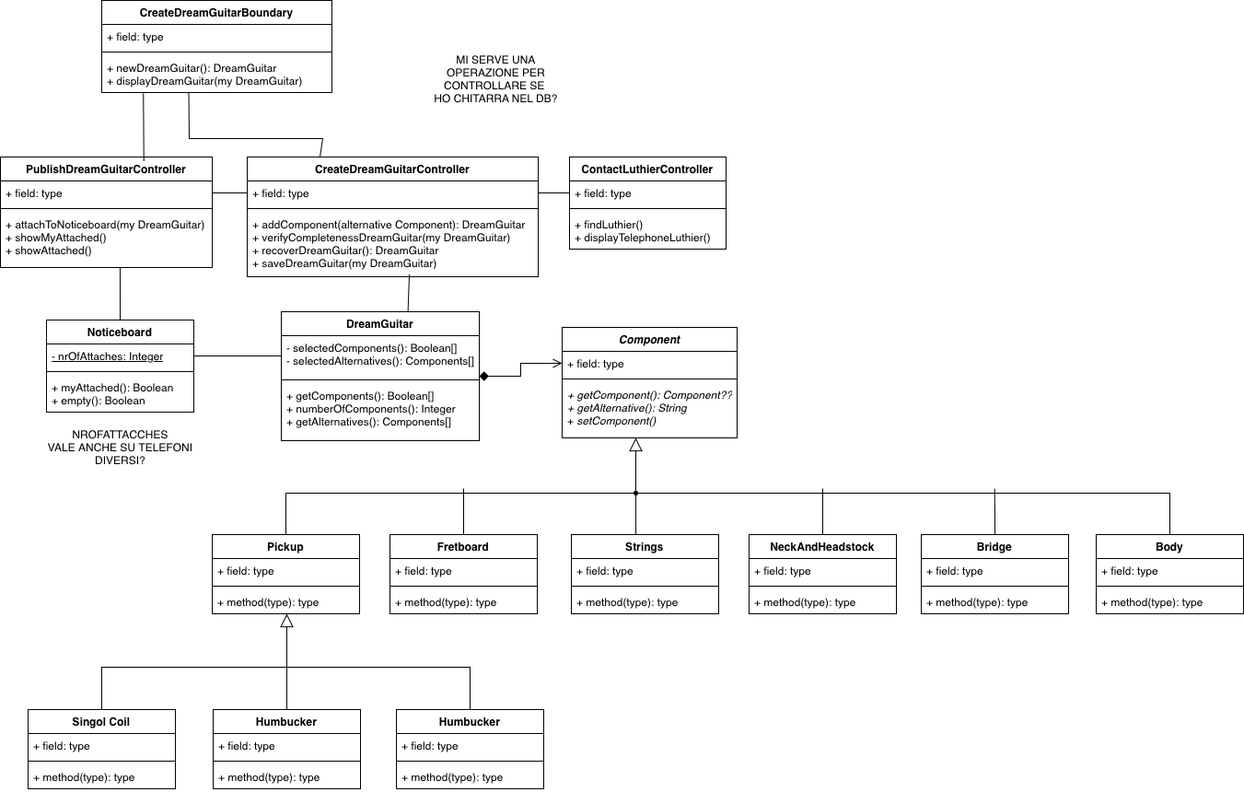
The draw.io diagram diagrams/BCET.drawio.png in TizianoLilli/ISPW-Project, before a commit. Source tidied: cells renumbered, new cells last; positions are measured from the earlier drawing's top-left corner, leaving out a move shared by most shapes.
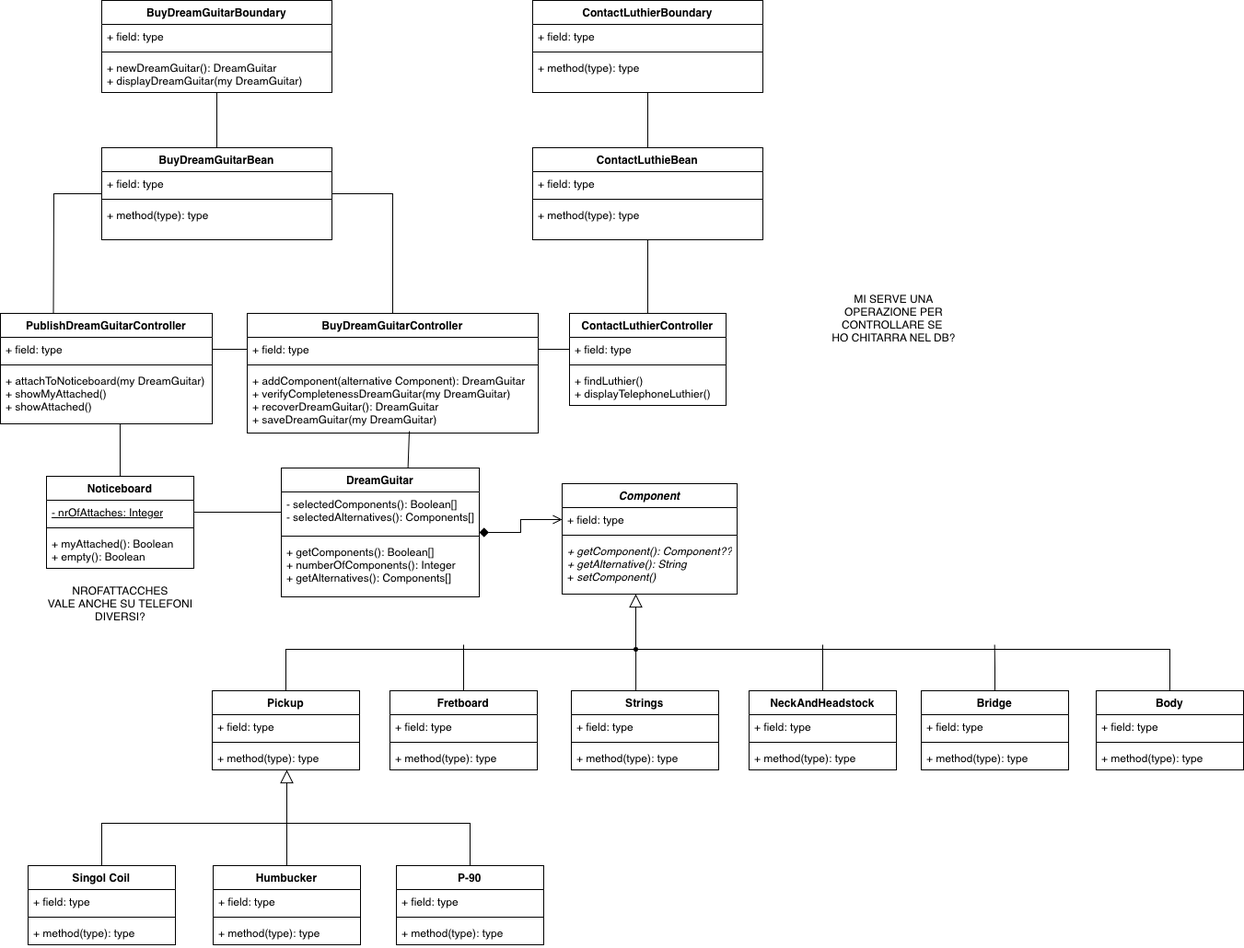
After the change.

The edit, as a diff of the source:
```diff
@@ -26,8 +26,11 @@
     <mxCell id="9" value="&lt;div&gt;&lt;span style=&quot;background-color: initial;&quot;&gt;+ myAttached(): Boolean&lt;/span&gt;&lt;/div&gt;&lt;div&gt;+ empty(): Boolean&lt;br&gt;&lt;/div&gt;&lt;div&gt;&lt;br&gt;&lt;/div&gt;" style="text;strokeColor=none;fillColor=none;align=left;verticalAlign=top;spacingLeft=4;spacingRight=4;overflow=hidden;whiteSpace=wrap;html=1;" parent="6" vertex="1">
       <mxGeometry y="60" width="160" height="40" as="geometry" />
     </mxCell>
+    <mxCell id="85" style="edgeStyle=none;curved=1;rounded=0;jettySize=auto;html=1;entryX=0.5;entryY=0;entryDx=0;entryDy=0;fontSize=12;startSize=8;endSize=8;endArrow=none;endFill=0;" parent="1" edge="1" source="10" target="93">
+      <mxGeometry relative="1" as="geometry" />
+    </mxCell>
-    <mxCell id="10" value="CreateDreamGuitarBoundary" style="swimlane;fontStyle=1;align=center;verticalAlign=top;horizontal=1;startSize=26;whiteSpace=wrap;html=1;" parent="1" vertex="1">
-      <mxGeometry x="110" width="250" height="100" as="geometry" />
+    <mxCell id="10" value="BuyDreamGuitarBoundary" style="swimlane;fontStyle=1;align=center;verticalAlign=top;horizontal=1;startSize=26;whiteSpace=wrap;html=1;" parent="1" vertex="1">
+      <mxGeometry x="110" y="-170" width="250" height="100" as="geometry" />
     </mxCell>
     <mxCell id="11" value="+ field: type" style="text;strokeColor=none;fillColor=none;align=left;verticalAlign=top;spacingLeft=4;spacingRight=4;overflow=hidden;whiteSpace=wrap;html=1;" parent="10" vertex="1">
       <mxGeometry y="26" width="250" height="26" as="geometry" />
@@ -62,7 +65,7 @@
     <mxCell id="21" value="&lt;div&gt;+ attachToNoticeboard(my DreamGuitar)&lt;br&gt;&lt;/div&gt;&lt;div&gt;&lt;div&gt;+ showMyAttached()&lt;/div&gt;&lt;/div&gt;&lt;div&gt;&lt;div&gt;+ showAttached()&lt;/div&gt;&lt;/div&gt;&lt;div&gt;&lt;br&gt;&lt;/div&gt;" style="text;strokeColor=none;fillColor=none;align=left;verticalAlign=top;spacingLeft=4;spacingRight=4;overflow=hidden;points=[[0,0.5],[1,0.5]];portConstraint=eastwest;whiteSpace=wrap;html=1;" parent="18" vertex="1">
       <mxGeometry y="60" width="230" height="60" as="geometry" />
     </mxCell>
-    <mxCell id="22" value="CreateDreamGuitarController" style="swimlane;fontStyle=1;align=center;verticalAlign=top;horizontal=1;startSize=26;whiteSpace=wrap;html=1;" parent="1" vertex="1">
+    <mxCell id="22" value="BuyDreamGuitarController" style="swimlane;fontStyle=1;align=center;verticalAlign=top;horizontal=1;startSize=26;whiteSpace=wrap;html=1;" parent="1" vertex="1">
       <mxGeometry x="268" y="170" width="316" height="130" as="geometry" />
     </mxCell>
     <mxCell id="23" value="+ field: type" style="text;strokeColor=none;fillColor=none;align=left;verticalAlign=top;spacingLeft=4;spacingRight=4;overflow=hidden;points=[[0,0.5],[1,0.5]];portConstraint=eastwest;whiteSpace=wrap;html=1;" parent="22" vertex="1">
@@ -98,14 +101,6 @@
     <mxCell id="33" style="endArrow=none;html=1;rounded=0;fontSize=12;startSize=8;endSize=8;curved=1;entryX=0.64;entryY=-0.002;entryDx=0;entryDy=0;exitX=0.557;exitY=0.971;exitDx=0;exitDy=0;exitPerimeter=0;entryPerimeter=0;" parent="1" edge="1" source="25" target="2">
       <mxGeometry relative="1" as="geometry" />
     </mxCell>
-    <mxCell id="34" style="endArrow=none;html=1;rounded=0;fontSize=12;startSize=8;endSize=8;curved=0;entryX=0.378;entryY=1.008;entryDx=0;entryDy=0;entryPerimeter=0;exitX=0.25;exitY=0;exitDx=0;exitDy=0;" parent="1" edge="1" source="22" target="13">
-      <mxGeometry relative="1" as="geometry">
-        <Array as="points">
-          <mxPoint x="350" y="150" />
-          <mxPoint x="205" y="150" />
-        </Array>
-      </mxGeometry>
-    </mxCell>
     <mxCell id="35" style="edgeStyle=none;curved=1;rounded=0;jettySize=auto;html=1;exitX=1;exitY=0.5;exitDx=0;exitDy=0;entryX=0;entryY=0.5;entryDx=0;entryDy=0;fontSize=12;startSize=8;endSize=8;endArrow=none;endFill=0;" parent="1" edge="1" source="19" target="23">
       <mxGeometry relative="1" as="geometry" />
     </mxCell>
@@ -217,14 +212,11 @@
       </mxGeometry>
     </mxCell>
     <mxCell id="67" value="MI SERVE UNA&lt;div&gt;OPERAZIONE PER&lt;/div&gt;&lt;div&gt;CONTROLLARE SE&amp;nbsp;&lt;/div&gt;&lt;div&gt;HO CHITARRA NEL DB?&lt;/div&gt;" style="text;html=1;align=center;verticalAlign=middle;strokeColor=none;fillColor=none;" parent="1" vertex="1">
-      <mxGeometry x="458" y="50" width="160" height="70" as="geometry" />
+      <mxGeometry x="890" y="140" width="160" height="70" as="geometry" />
     </mxCell>
     <mxCell id="68" value="NROFATTACCHES&lt;div&gt;VALE ANCHE SU TELEFONI&lt;/div&gt;&lt;div&gt;DIVERSI?&lt;/div&gt;" style="text;html=1;align=center;verticalAlign=middle;strokeColor=none;fillColor=none;" parent="1" vertex="1">
       <mxGeometry x="40" y="455" width="180" height="60" as="geometry" />
     </mxCell>
-    <mxCell id="69" style="endArrow=none;html=1;rounded=0;fontSize=12;startSize=8;endSize=8;curved=1;entryX=0.181;entryY=1.021;entryDx=0;entryDy=0;entryPerimeter=0;exitX=0.677;exitY=0.032;exitDx=0;exitDy=0;exitPerimeter=0;" parent="1" edge="1" source="18" target="13">
-      <mxGeometry relative="1" as="geometry" />
-    </mxCell>
     <mxCell id="70" style="edgeStyle=elbowEdgeStyle;html=1;endSize=12;endArrow=block;endFill=0;elbow=horizontal;rounded=0;labelBackgroundColor=default;fontFamily=Helvetica;fontSize=11;fontColor=default;shape=connector;exitX=0.5;exitY=0;exitDx=0;exitDy=0;" parent="1" edge="1" source="80" target="39">
       <mxGeometry x="1" relative="1" as="geometry" />
     </mxCell>
@@ -247,7 +239,7 @@
     <mxCell id="75" value="+ method(type): type" style="text;strokeColor=none;fillColor=none;align=left;verticalAlign=top;spacingLeft=4;spacingRight=4;overflow=hidden;whiteSpace=wrap;html=1;" parent="72" vertex="1">
       <mxGeometry y="60" width="160" height="26" as="geometry" />
     </mxCell>
-    <mxCell id="76" value="Humbucker" style="swimlane;fontStyle=1;align=center;verticalAlign=top;horizontal=1;startSize=26;whiteSpace=wrap;html=1;" parent="1" vertex="1">
+    <mxCell id="76" value="P-90" style="swimlane;fontStyle=1;align=center;verticalAlign=top;horizontal=1;startSize=26;whiteSpace=wrap;html=1;" parent="1" vertex="1">
       <mxGeometry x="430" y="770" width="160" height="86" as="geometry" />
     </mxCell>
     <mxCell id="77" value="+ field: type" style="text;strokeColor=none;fillColor=none;align=left;verticalAlign=top;spacingLeft=4;spacingRight=4;overflow=hidden;whiteSpace=wrap;html=1;" parent="76" vertex="1">
@@ -274,5 +266,61 @@
     <mxCell id="84" style="edgeStyle=none;curved=1;rounded=0;jettySize=auto;html=1;exitX=0.5;exitY=0;exitDx=0;exitDy=0;entryX=0.565;entryY=1;entryDx=0;entryDy=0;entryPerimeter=0;fontSize=12;startSize=8;endSize=8;endArrow=none;endFill=0;" parent="1" edge="1" source="6" target="21">
       <mxGeometry relative="1" as="geometry" />
     </mxCell>
+    <mxCell id="86" style="edgeStyle=none;curved=1;rounded=0;jettySize=auto;html=1;fontSize=12;startSize=8;endSize=8;endArrow=none;endFill=0;" parent="1" edge="1" source="87" target="98">
+      <mxGeometry relative="1" as="geometry" />
+    </mxCell>
+    <mxCell id="87" value="ContactLuthierBoundary" style="swimlane;fontStyle=1;align=center;verticalAlign=top;horizontal=1;startSize=26;whiteSpace=wrap;html=1;" parent="1" vertex="1">
+      <mxGeometry x="578" y="-170" width="250" height="100" as="geometry" />
+    </mxCell>
+    <mxCell id="88" value="+ field: type" style="text;strokeColor=none;fillColor=none;align=left;verticalAlign=top;spacingLeft=4;spacingRight=4;overflow=hidden;whiteSpace=wrap;html=1;" parent="87" vertex="1">
+      <mxGeometry y="26" width="250" height="26" as="geometry" />
+    </mxCell>
+    <mxCell id="89" style="line;strokeWidth=1;fillColor=none;align=left;verticalAlign=middle;spacingTop=-1;spacingLeft=3;spacingRight=3;labelPosition=right;strokeColor=inherit;" parent="87" vertex="1">
+      <mxGeometry y="52" width="250" height="8" as="geometry" />
+    </mxCell>
+    <mxCell id="90" value="+ method(type): type" style="text;strokeColor=none;fillColor=none;align=left;verticalAlign=top;spacingLeft=4;spacingRight=4;overflow=hidden;whiteSpace=wrap;html=1;" parent="87" vertex="1">
+      <mxGeometry y="60" width="250" height="40" as="geometry" />
+    </mxCell>
+    <mxCell id="91" style="edgeStyle=none;curved=0;rounded=0;jettySize=auto;html=1;entryX=0.25;entryY=0;entryDx=0;entryDy=0;fontSize=12;startSize=8;endSize=8;endArrow=none;endFill=0;" parent="1" edge="1" source="93" target="18">
+      <mxGeometry relative="1" as="geometry">
+        <Array as="points">
+          <mxPoint x="58" y="40" />
+        </Array>
+      </mxGeometry>
+    </mxCell>
+    <mxCell id="92" style="edgeStyle=none;curved=0;rounded=0;jettySize=auto;html=1;entryX=0.5;entryY=0;entryDx=0;entryDy=0;fontSize=12;startSize=8;endSize=8;endArrow=none;endFill=0;" parent="1" edge="1" source="93" target="22">
+      <mxGeometry relative="1" as="geometry">
+        <Array as="points">
+          <mxPoint x="426" y="40" />
+        </Array>
+      </mxGeometry>
+    </mxCell>
+    <mxCell id="93" value="BuyDreamGuitarBean" style="swimlane;fontStyle=1;align=center;verticalAlign=top;horizontal=1;startSize=26;whiteSpace=wrap;html=1;" parent="1" vertex="1">
+      <mxGeometry x="110" y="-10" width="250" height="100" as="geometry" />
+    </mxCell>
+    <mxCell id="94" value="+ field: type" style="text;strokeColor=none;fillColor=none;align=left;verticalAlign=top;spacingLeft=4;spacingRight=4;overflow=hidden;whiteSpace=wrap;html=1;" parent="93" vertex="1">
+      <mxGeometry y="26" width="250" height="26" as="geometry" />
+    </mxCell>
+    <mxCell id="95" style="line;strokeWidth=1;fillColor=none;align=left;verticalAlign=middle;spacingTop=-1;spacingLeft=3;spacingRight=3;labelPosition=right;strokeColor=inherit;" parent="93" vertex="1">
+      <mxGeometry y="52" width="250" height="8" as="geometry" />
+    </mxCell>
+    <mxCell id="96" value="+ method(type): type" style="text;strokeColor=none;fillColor=none;align=left;verticalAlign=top;spacingLeft=4;spacingRight=4;overflow=hidden;whiteSpace=wrap;html=1;" parent="93" vertex="1">
+      <mxGeometry y="60" width="250" height="40" as="geometry" />
+    </mxCell>
+    <mxCell id="97" style="edgeStyle=none;curved=1;rounded=0;jettySize=auto;html=1;entryX=0.5;entryY=0;entryDx=0;entryDy=0;fontSize=12;startSize=8;endSize=8;endArrow=none;endFill=0;" parent="1" edge="1" source="98" target="14">
+      <mxGeometry relative="1" as="geometry" />
+    </mxCell>
+    <mxCell id="98" value="ContactLuthieBean" style="swimlane;fontStyle=1;align=center;verticalAlign=top;horizontal=1;startSize=26;whiteSpace=wrap;html=1;" parent="1" vertex="1">
+      <mxGeometry x="578" y="-10" width="250" height="100" as="geometry" />
+    </mxCell>
+    <mxCell id="99" value="+ field: type" style="text;strokeColor=none;fillColor=none;align=left;verticalAlign=top;spacingLeft=4;spacingRight=4;overflow=hidden;whiteSpace=wrap;html=1;" parent="98" vertex="1">
+      <mxGeometry y="26" width="250" height="26" as="geometry" />
+    </mxCell>
+    <mxCell id="100" style="line;strokeWidth=1;fillColor=none;align=left;verticalAlign=middle;spacingTop=-1;spacingLeft=3;spacingRight=3;labelPosition=right;strokeColor=inherit;" parent="98" vertex="1">
+      <mxGeometry y="52" width="250" height="8" as="geometry" />
+    </mxCell>
+    <mxCell id="101" value="+ method(type): type" style="text;strokeColor=none;fillColor=none;align=left;verticalAlign=top;spacingLeft=4;spacingRight=4;overflow=hidden;whiteSpace=wrap;html=1;" parent="98" vertex="1">
+      <mxGeometry y="60" width="250" height="40" as="geometry" />
+    </mxCell>
   </root>
 </mxGraphModel>
```
